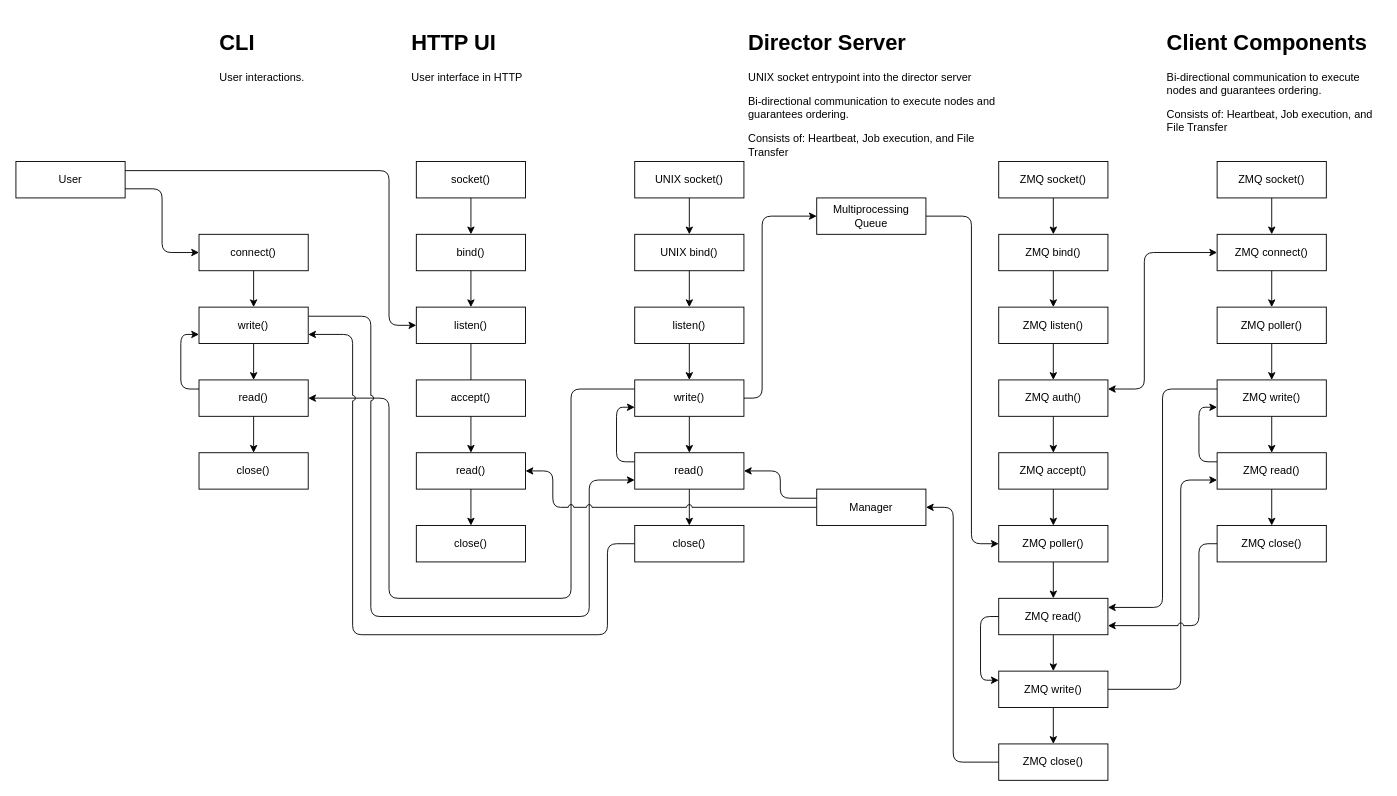
oshied/directord keeps this draw.io diagram as assets/Untitled Diagram.drawio. Above is the earlier version. Source tidied: cells renumbered, new cells numbered last; positions are measured from the earlier drawing's top-left corner, leaving out a move shared by most shapes. Both pictures are drawn from the tidied source at 91%, with x=0, y=0 at pixel (15, 25).
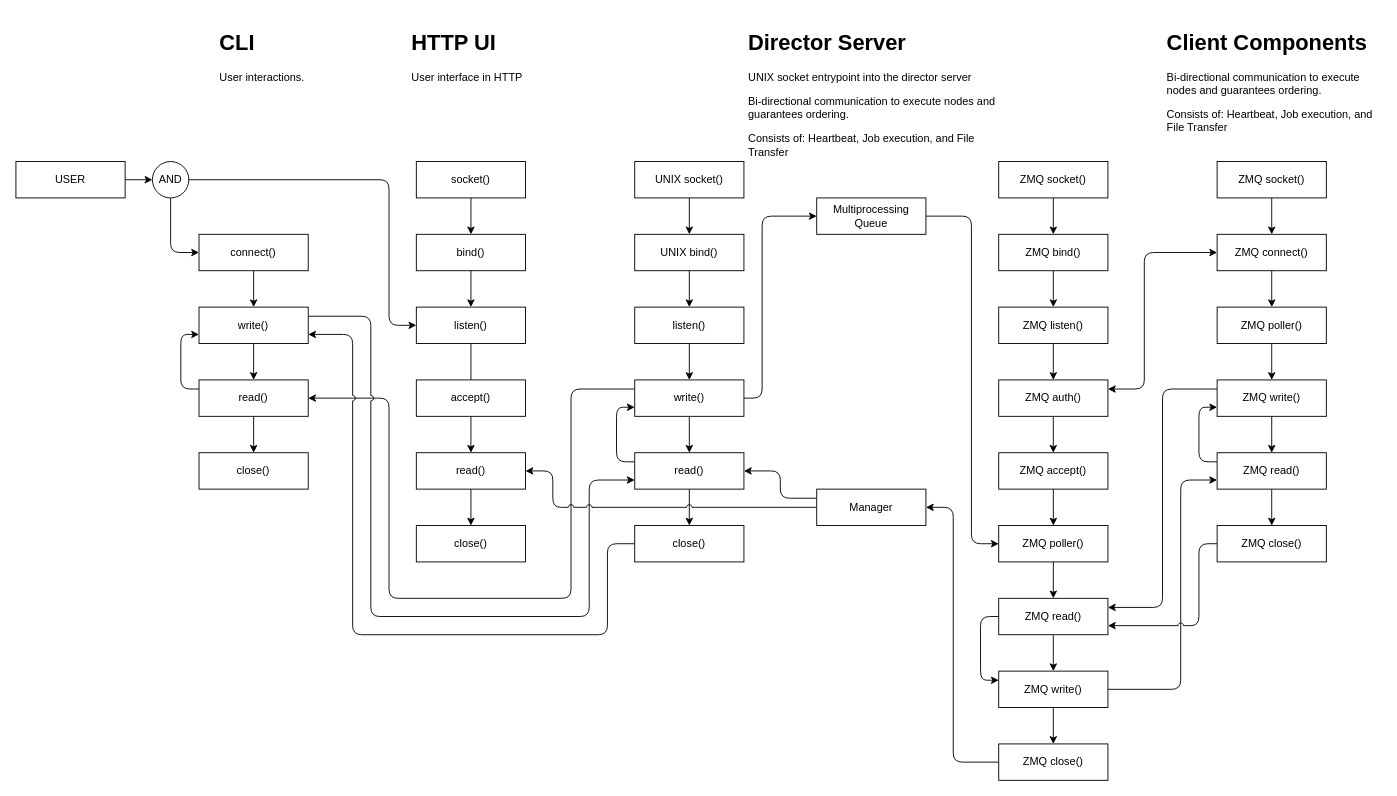
After the change.

The change refers to these unchanged cells:
```xml
<mxCell id="12" value="connect()" style="rounded=0;whiteSpace=wrap;html=1;" parent="1" vertex="1">
  <mxGeometry x="201.2" y="230" width="120" height="40" as="geometry" />
</mxCell>
<mxCell id="96" value="listen()" style="rounded=0;whiteSpace=wrap;html=1;" parent="1" vertex="1">
  <mxGeometry x="440" y="310" width="120" height="40" as="geometry" />
</mxCell>
```

Diff of the diagram source:
```diff
@@
-    <mxCell id="99" style="edgeStyle=orthogonalEdgeStyle;rounded=1;jumpStyle=arc;jettySize=auto;html=1;exitX=1;exitY=0.25;exitDx=0;exitDy=0;entryX=0;entryY=0.5;entryDx=0;entryDy=0;startArrow=none;startFill=0;endArrow=classic;endFill=1;" parent="1" edge="1" source="101" target="96">
+    <mxCell id="99" style="edgeStyle=orthogonalEdgeStyle;rounded=1;jumpStyle=arc;jettySize=auto;html=1;exitX=1;exitY=0.5;exitDx=0;exitDy=0;entryX=0;entryY=0.5;entryDx=0;entryDy=0;startArrow=none;startFill=0;endArrow=classic;endFill=1;" parent="1" edge="1" source="103" target="96">
       <mxGeometry relative="1" as="geometry">
         <Array as="points">
-          <mxPoint x="410" y="160" />
+          <mxPoint x="410" y="170" />
           <mxPoint x="410" y="330" />
         </Array>
       </mxGeometry>
     </mxCell>
-    <mxCell id="100" style="edgeStyle=orthogonalEdgeStyle;rounded=1;jumpStyle=arc;jettySize=auto;html=1;exitX=1;exitY=0.75;exitDx=0;exitDy=0;entryX=0;entryY=0.5;entryDx=0;entryDy=0;startArrow=none;startFill=0;endArrow=classic;endFill=1;" parent="1" edge="1" source="101" target="12">
+    <mxCell id="100" style="edgeStyle=orthogonalEdgeStyle;rounded=1;jumpStyle=arc;jettySize=auto;html=1;exitX=1;exitY=0.5;exitDx=0;exitDy=0;entryX=0;entryY=0.5;entryDx=0;entryDy=0;startArrow=none;startFill=0;endArrow=classic;endFill=1;" parent="1" edge="1" source="101" target="103">
       <mxGeometry relative="1" as="geometry" />
     </mxCell>
-    <mxCell id="101" value="User" style="rounded=0;whiteSpace=wrap;html=1;" parent="1" vertex="1">
+    <mxCell id="101" value="USER" style="rounded=0;whiteSpace=wrap;html=1;" parent="1" vertex="1">
       <mxGeometry y="150" width="120" height="40" as="geometry" />
     </mxCell>
+    <mxCell id="102" style="edgeStyle=orthogonalEdgeStyle;rounded=1;jumpStyle=arc;jettySize=auto;html=1;exitX=0.5;exitY=1;exitDx=0;exitDy=0;entryX=0;entryY=0.5;entryDx=0;entryDy=0;startArrow=none;startFill=0;endArrow=classic;endFill=1;" parent="1" edge="1" source="103" target="12">
+      <mxGeometry relative="1" as="geometry" />
+    </mxCell>
+    <mxCell id="103" value="AND" style="ellipse;whiteSpace=wrap;html=1;" parent="1" vertex="1">
+      <mxGeometry x="150" y="150" width="40" height="40" as="geometry" />
+    </mxCell>
+    <mxCell id="104" style="edgeStyle=orthogonalEdgeStyle;rounded=1;jumpStyle=arc;orthogonalLoop=1;jettySize=auto;html=1;exitX=0.5;exitY=1;exitDx=0;exitDy=0;startArrow=none;startFill=0;endArrow=classic;endFill=1;" parent="1" edge="1" source="103" target="103">
+      <mxGeometry relative="1" as="geometry" />
+    </mxCell>
```
